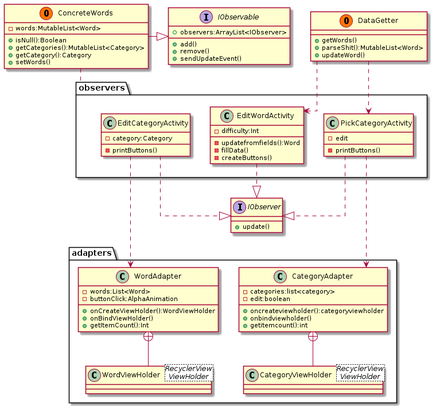
Above: UML/class.png in DAT4/android-galgeleg (PlantUML), before the change. Its diagram source:
```plantuml
@startuml
skinparam linetype ortho
package observers {

class EditCategoryActivity {
    - category:Category
    - printButtons()
}
class EditWordActivity{
    - difficulty:Int
    - updatefromfields():Word
    - fillData()
    - createButtons()
}
class PickCategoryActivity{
    - edit
    - printButtons()
}
}

package adapters{
class CategoryAdapter{
    - categories:list<category>
    - edit:boolean
    + oncreateviewholder():categoryviewholder
    + onbindviewholder()
    + getitemcount():int

}
class CategoryViewHolder<RecyclerView\nViewHolder>
CategoryAdapter +-- CategoryViewHolder

class WordAdapter{
    - words:List<Word>
    - buttonClick:AlphaAnimation
    + onCreateViewHolder():WordViewHolder
    + onBindViewHolder()
    + getItemCount():Int

}
class WordViewHolder<RecyclerView\nViewHolder>
WordAdapter +-- WordViewHolder
}
class DataGetter <<(O,#FF7700)>>{
    + getWords()
    + parseShit():MutableList<Word>
    + updateWord()
}

class ConcreteWords <<(O,#FF7700)>>{
    - words:MutableList<Word>
    + isNull():Boolean
    + getCategories():MutableList<Category>
    + getCategory():Category
    + setWords()
}
interface IObservable {
    + observers:ArrayList<IObserver>
    + add()
    + remove()
    + sendUpdateEvent()
}
interface IObserver{
    + update()
}

ConcreteWords -|> IObservable

EditCategoryActivity ..|> IObserver
EditWordActivity ..|> IObserver
PickCategoryActivity ..|> IObserver
DataGetter ..> PickCategoryActivity
DataGetter ..> EditWordActivity
ConcreteWords .. observers
PickCategoryActivity ...> CategoryAdapter
EditCategoryActivity ...> WordAdapter


@enduml
```
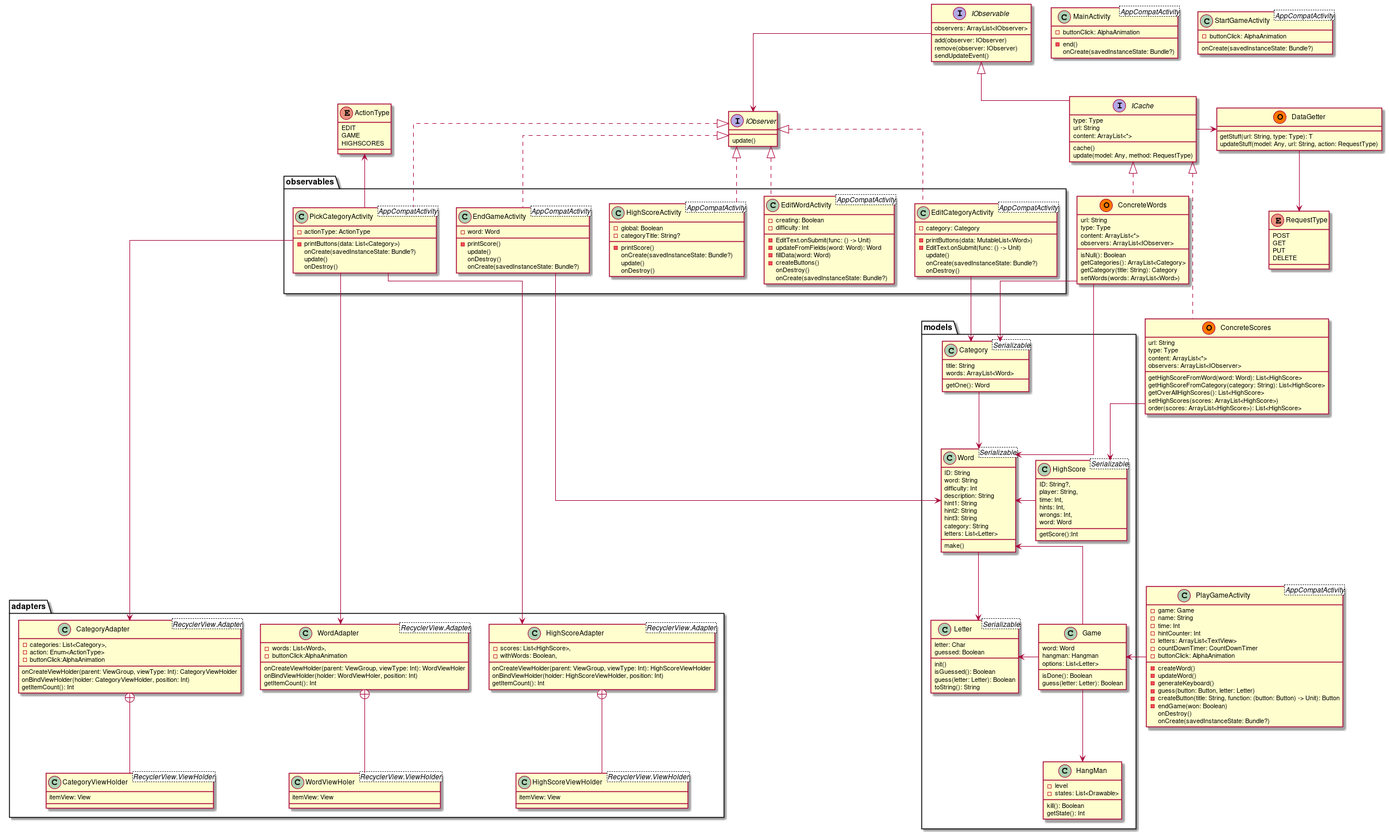
After the commit.

Diff of the diagram source:
```diff
@@ -1,79 +1,273 @@
 @startuml
 skinparam linetype ortho
-package observers {
-
-class EditCategoryActivity {
-    - category:Category
-    - printButtons()
-}
-class EditWordActivity{
-    - difficulty:Int
-    - updatefromfields():Word
-    - fillData()
-    - createButtons()
-}
-class PickCategoryActivity{
-    - edit
-    - printButtons()
-}
+class ConcreteScores << (O,#FF7700) >> implements ICache {
+    url: String
+    type: Type
+    content: ArrayList<*>
+    observers: ArrayList<IObserver>
+    getHighScoreFromWord(word: Word): List<HighScore>
+    getHighScoreFromCategory(category: String): List<HighScore>
+    getOverAllHighScores(): List<HighScore>
+    setHighScores(scores: ArrayList<HighScore>)
+    order(scores: ArrayList<HighScore>): List<HighScore>
 }
 
-package adapters{
-class CategoryAdapter{
-    - categories:list<category>
-    - edit:boolean
-    + oncreateviewholder():categoryviewholder
-    + onbindviewholder()
-    + getitemcount():int
+ConcreteScores -d-> models.HighScore
+
+class ConcreteWords << (O,#FF7700) >> implements ICache {
+    url: String
+    type: Type
+    content: ArrayList<*>
+    observers: ArrayList<IObserver>
+    isNull(): Boolean
+    getCategories(): ArrayList<Category>
+    getCategory(title: String): Category
+    setWords(words: ArrayList<Word>)
+}
+
+ConcreteWords --> models.Word
+ConcreteWords --> models.Category
+
+interface ICache implements IObservable {
+    type: Type
+    url: String
+    content: ArrayList<*>
+    cache()
+    update(model: Any, method: RequestType)
+}
+
+ICache -> DataGetter
+
+interface IObservable {
+    observers: ArrayList<IObserver>
+    add(observer: IObserver)
+    remove(observer: IObserver)
+    sendUpdateEvent()
+}
+
+IObservable --r-> IObserver
+
+interface IObserver {
+    update()
+}
+
+class models.Category <Serializable> {
+    title: String
+    words: ArrayList<Word>
+    getOne(): Word
+}
+
+models.Category --> models.Word
+
+class models.Game {
+    word: Word
+    hangman: Hangman
+    options: List<Letter>
+    isDone(): Boolean
+    guess(letter: Letter): Boolean
+}
+
+models.Game -l-> models.Word
+models.Game -l-> models.Letter
+models.Game --> models.HangMan
+
+class models.HangMan {
+    - level
+    - states: List<Drawable>
+    kill(): Boolean
+    getState(): Int
+}
+
+class models.HighScore <Serializable>{
+    ID: String?,
+    player: String,
+    time: Int,
+    hints: Int,
+    wrongs: Int,
+    word: Word
+    getScore():Int
+}
+
+models.HighScore -r-> models.Word
+
+class models.Letter <Serializable>{
+    letter: Char
+    guessed: Boolean
+    init()
+    isGuessed(): Boolean
+    guess(letter: Letter): Boolean
+    toString(): String
+}
+
+class models.Word <Serializable> {
+    ID: String
+    word: String
+    difficulty: Int
+    description: String
+    hint1: String
+    hint2: String
+    hint3: String
+    category: String
+    letters: List<Letter>
+    make()
+}
+
+models.Word --> models.Letter
+
+class DataGetter << (O,#FF7700) >> {
+    getStuff(url: String, type: Type): T
+    updateStuff(model: Any, url: String, action: RequestType)
+}
+
+DataGetter -d-> RequestType
+
+enum ActionType {
+    EDIT
+    GAME
+    HIGHSCORES
+}
+
+enum RequestType {
+    POST
+    GET
+    PUT
+    DELETE
+}
+
+package adapters {
+
+class CategoryAdapter <RecyclerView.Adapter> {
+    - categories: List<Category>,
+    - action: Enum<ActionType>
+    - buttonClick:AlphaAnimation
+    onCreateViewHolder(parent: ViewGroup, viewType: Int): CategoryViewHolder
+    onBindViewHolder(holder: CategoryViewHolder, position: Int)
+    getItemCount(): Int
+}
+
+CategoryAdapter +-- CategoryViewHolder
+
+class CategoryViewHolder <RecyclerView.ViewHolder>{
+    itemView: View
+}
+
+class WordAdapter <RecyclerView.Adapter> {
+    - words: List<Word>,
+    - buttonClick:AlphaAnimation
+    onCreateViewHolder(parent: ViewGroup, viewType: Int): WordViewHoler
+    onBindViewHolder(holder: WordViewHoler, position: Int)
+    getItemCount(): Int
+}
+
+WordAdapter +-- WordViewHoler
+
+class WordViewHoler <RecyclerView.ViewHolder> {
+    itemView: View
+}
+
+class HighScoreAdapter <RecyclerView.Adapter> {
+    - scores: List<HighScore>,
+    - withWords: Boolean,
+    onCreateViewHolder(parent: ViewGroup, viewType: Int): HighScoreViewHolder
+    onBindViewHolder(holder: HighScoreViewHolder, position: Int)
+    getItemCount(): Int
+}
+
+HighScoreAdapter +-- HighScoreViewHolder
+
+class HighScoreViewHolder <RecyclerView.ViewHolder>{
+    itemView: View
+}
 
 }
-class CategoryViewHolder<RecyclerView\nViewHolder>
-CategoryAdapter +-- CategoryViewHolder
 
-class WordAdapter{
-    - words:List<Word>
-    - buttonClick:AlphaAnimation
-    + onCreateViewHolder():WordViewHolder
-    + onBindViewHolder()
-    + getItemCount():Int
+package observables {
+
+class EditCategoryActivity <AppCompatActivity> implements IObserver {
+    - category: Category
+    - printButtons(data: MutableList<Word>)
+    - EditText.onSubmit(func: () -> Unit)
+    update()
+    onCreate(savedInstanceState: Bundle?)
+    onDestroy()
+}
+
+EditCategoryActivity --> models.Category
+
+class EditWordActivity <AppCompatActivity> implements IObserver {
+    - creating: Boolean
+    - difficulty: Int
+    - EditText.onSubmit(func: () -> Unit)
+    - updateFromFields(word: Word): Word
+    - fillData(word: Word)
+    - createButtons()
+    onDestroy()
+    onCreate(savedInstanceState: Bundle?)
+}
+
+class EndGameActivity <AppCompatActivity> implements IObserver {
+    - word: Word
+    - printScore()
+    update()
+    onDestroy()
+    onCreate(savedInstanceState: Bundle?)
 
 }
-class WordViewHolder<RecyclerView\nViewHolder>
-WordAdapter +-- WordViewHolder
-}
-class DataGetter <<(O,#FF7700)>>{
-    + getWords()
-    + parseShit():MutableList<Word>
-    + updateWord()
+
+EndGameActivity -l-> models.Word
+
+class HighScoreActivity <AppCompatActivity> implements IObserver {
+    - global: Boolean
+    - categoryTitle: String?
+    - printScore()
+    onCreate(savedInstanceState: Bundle?)
+    update()
+    onDestroy()
 }
 
-class ConcreteWords <<(O,#FF7700)>>{
-    - words:MutableList<Word>
-    + isNull():Boolean
-    + getCategories():MutableList<Category>
-    + getCategory():Category
-    + setWords()
-}
-interface IObservable {
-    + observers:ArrayList<IObserver>
-    + add()
-    + remove()
-    + sendUpdateEvent()
-}
-interface IObserver{
-    + update()
+class PickCategoryActivity <AppCompatActivity> implements IObserver {
+    - actionType: ActionType
+    - printButtons(data: List<Category>)
+    onCreate(savedInstanceState: Bundle?)
+    update()
+    onDestroy()
 }
 
-ConcreteWords -|> IObservable
+PickCategoryActivity -u-> ActionType
+PickCategoryActivity ----> WordAdapter
+PickCategoryActivity ----> CategoryAdapter
+PickCategoryActivity ----> HighScoreAdapter
 
-EditCategoryActivity ..|> IObserver
-EditWordActivity ..|> IObserver
-PickCategoryActivity ..|> IObserver
-DataGetter ..> PickCategoryActivity
-DataGetter ..> EditWordActivity
-ConcreteWords .. observers
-PickCategoryActivity ...> CategoryAdapter
-EditCategoryActivity ...> WordAdapter
+}
+
+class MainActivity <AppCompatActivity> {
+    - buttonClick: AlphaAnimation
+    - end()
+    onCreate(savedInstanceState: Bundle?)
+}
+class PlayGameActivity <AppCompatActivity> {
+    - game: Game
+    - name: String
+    - time: Int
+    - hintCounter: Int
+    - letters: ArrayList<TextView>
+    - countDownTimer: CountDownTimer
+    - buttonClick: AlphaAnimation
+    - createWord()
+    - updateWord()
+    - generateKeyboard()
+    - guess(button: Button, letter: Letter)
+    - createButton(title: String, function: (button: Button) -> Unit): Button
+    - endGame(won: Boolean)
+    onDestroy()
+    onCreate(savedInstanceState: Bundle?)
+}
+
+PlayGameActivity -l-> models.Game
+class StartGameActivity <AppCompatActivity> {
+    - buttonClick: AlphaAnimation
+    onCreate(savedInstanceState: Bundle?)
+}
 
 
 @enduml
```
